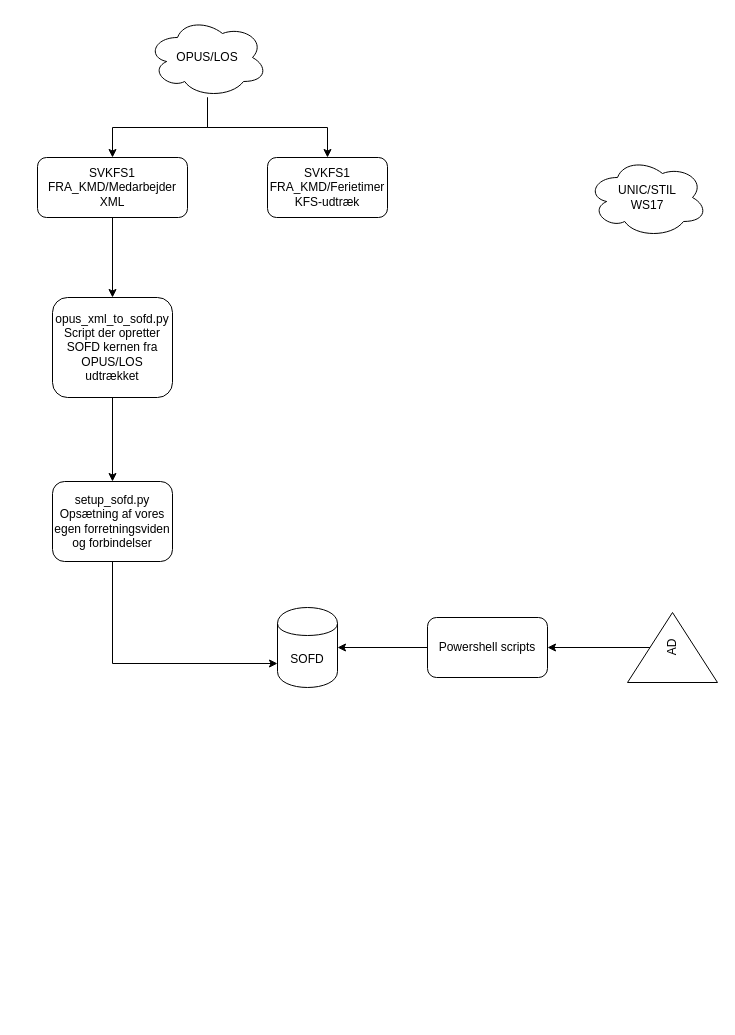
Skanderborg/SOFD keeps this draw.io diagram as SOFD_overordnet.drawio. Above is the earlier version. Source tidied: cells renumbered, new cells numbered last; positions are measured from the earlier drawing's top-left corner, leaving out a move shared by most shapes. Both pictures are drawn from the tidied source at 100%, with x=0, y=0 at pixel (37, 17).
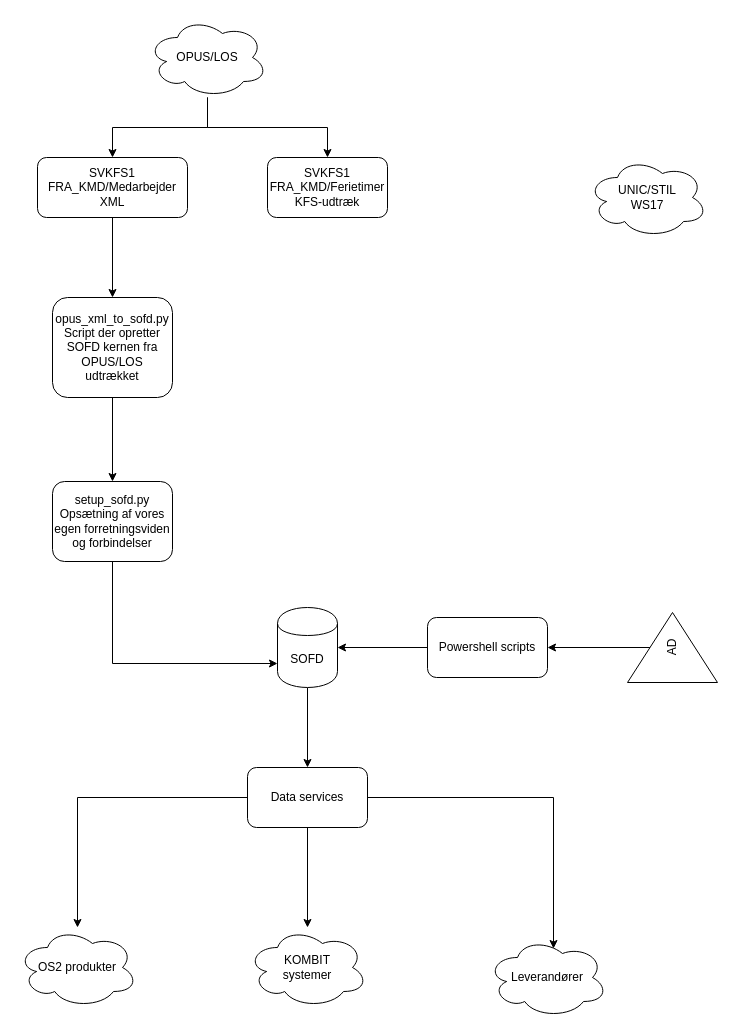
After the change.

The change refers to these unchanged cells:
```xml
<mxCell id="8" value="SOFD" style="shape=cylinder;whiteSpace=wrap;html=1;boundedLbl=1;backgroundOutline=1;" parent="1" vertex="1">
  <mxGeometry x="240" y="590" width="60" height="80" as="geometry" />
</mxCell>
```

Diff of the diagram source:
```diff
@@
+    <mxCell id="18" style="edgeStyle=orthogonalEdgeStyle;rounded=0;jettySize=auto;html=1;" parent="1" edge="1" source="8" target="22">
+      <mxGeometry relative="1" as="geometry" />
+    </mxCell>
@@
+    <mxCell id="19" style="edgeStyle=orthogonalEdgeStyle;rounded=0;jettySize=auto;html=1;" parent="1" edge="1" source="22" target="24">
+      <mxGeometry relative="1" as="geometry" />
+    </mxCell>
+    <mxCell id="20" style="edgeStyle=orthogonalEdgeStyle;rounded=0;jettySize=auto;html=1;" parent="1" edge="1" source="22" target="23">
+      <mxGeometry relative="1" as="geometry" />
+    </mxCell>
+    <mxCell id="21" style="edgeStyle=orthogonalEdgeStyle;rounded=0;jettySize=auto;html=1;entryX=0.55;entryY=0.138;entryDx=0;entryDy=0;entryPerimeter=0;" parent="1" edge="1" source="22" target="25">
+      <mxGeometry relative="1" as="geometry" />
+    </mxCell>
+    <mxCell id="22" value="Data services" style="rounded=1;whiteSpace=wrap;html=1;" parent="1" vertex="1">
+      <mxGeometry x="210" y="750" width="120" height="60" as="geometry" />
+    </mxCell>
+    <mxCell id="23" value="OS2 produkter" style="ellipse;shape=cloud;whiteSpace=wrap;html=1;" parent="1" vertex="1">
+      <mxGeometry x="-20" y="910" width="120" height="80" as="geometry" />
+    </mxCell>
+    <mxCell id="24" value="&lt;div&gt;KOMBIT&lt;/div&gt;&lt;div&gt;systemer&lt;/div&gt;" style="ellipse;shape=cloud;whiteSpace=wrap;html=1;" parent="1" vertex="1">
+      <mxGeometry x="210" y="910" width="120" height="80" as="geometry" />
+    </mxCell>
+    <mxCell id="25" value="Leverandører" style="ellipse;shape=cloud;whiteSpace=wrap;html=1;" parent="1" vertex="1">
+      <mxGeometry x="450" y="920" width="120" height="80" as="geometry" />
+    </mxCell>
```
